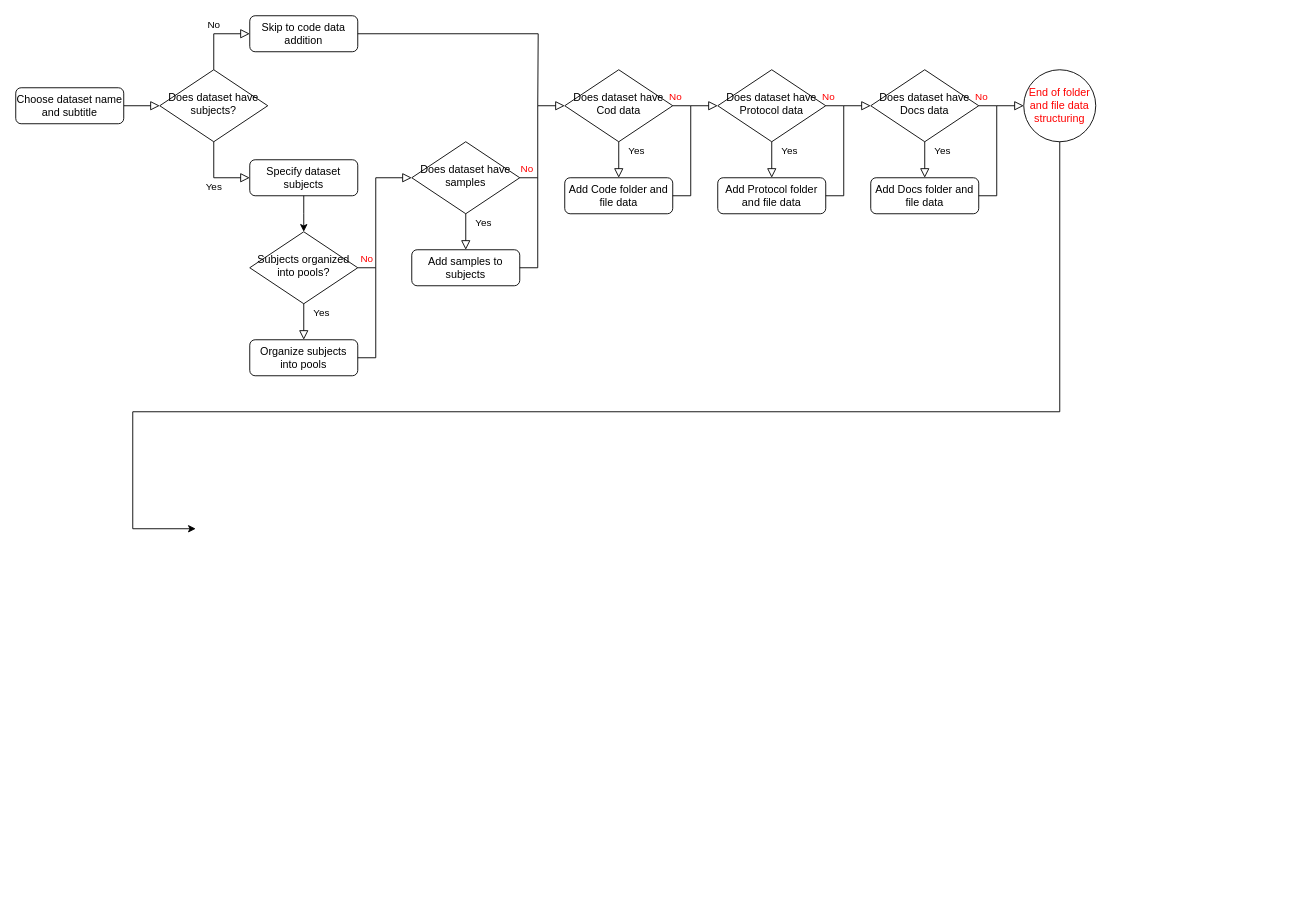
JacobiClark/Guided-Mode-Flow-Chart keeps this draw.io diagram as Untitled Diagram.drawio. Above is the earlier version. Source tidied: cells renumbered, new cells numbered last; positions are measured from the earlier drawing's top-left corner, leaving out a move shared by most shapes. Both pictures are drawn from the tidied source at 90%, with x=0, y=0 at pixel (15, 15).
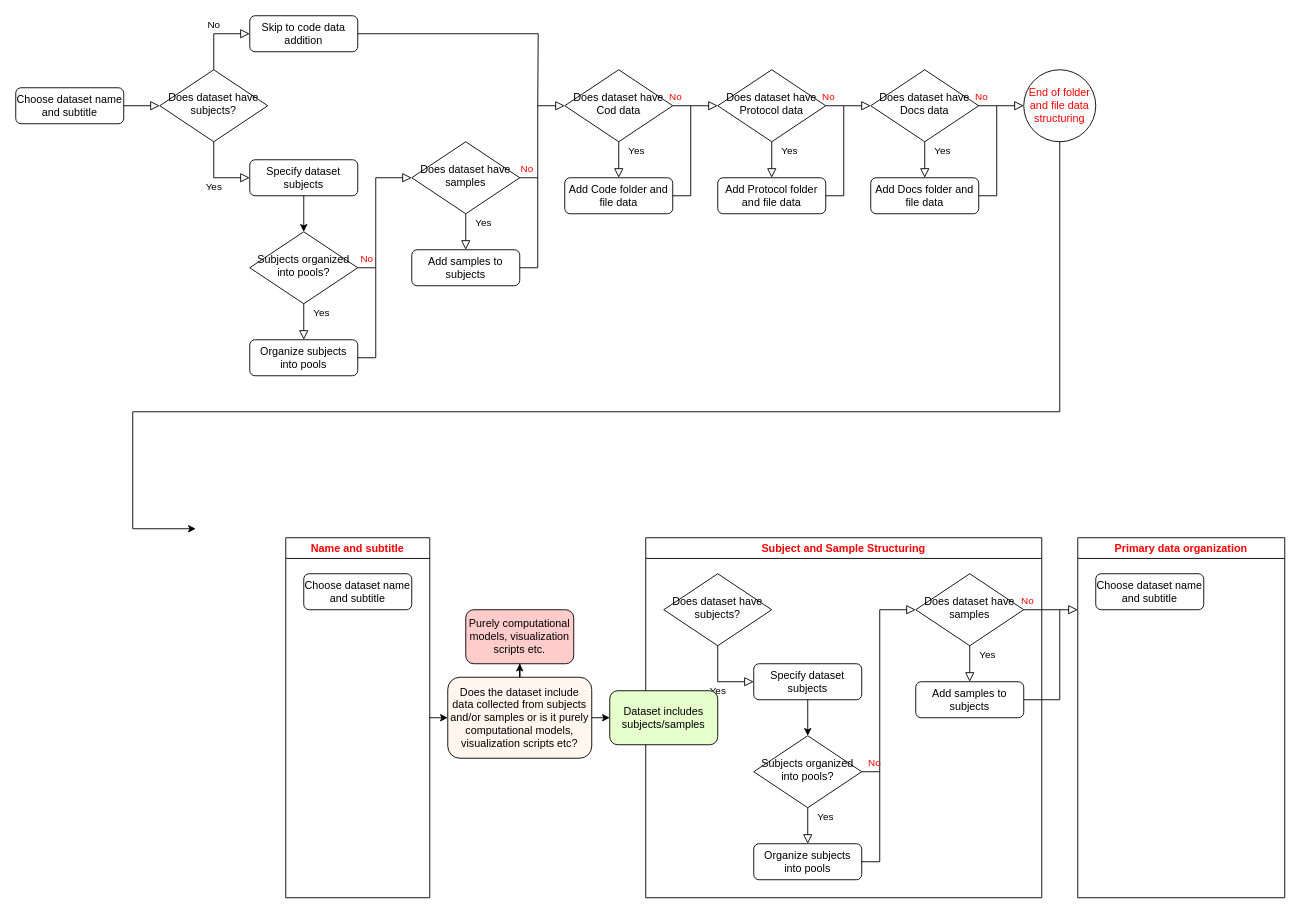
After the change.

Commit message:
broke out logic into pages

Diff of the diagram source:
```diff
@@
+    <mxCell id="38" style="edgeStyle=orthogonalEdgeStyle;rounded=0;jettySize=auto;html=1;exitX=1;exitY=0.5;exitDx=0;exitDy=0;entryX=0;entryY=0.5;entryDx=0;entryDy=0;fontColor=#000000;" parent="1" edge="1" source="39" target="60">
+      <mxGeometry relative="1" as="geometry" />
+    </mxCell>
+    <mxCell id="39" value="Name and subtitle" style="swimlane;whiteSpace=wrap;html=1;fontColor=#FF0000;" parent="1" vertex="1">
+      <mxGeometry x="300" y="580" width="160" height="400" as="geometry" />
+    </mxCell>
+    <mxCell id="40" value="Choose dataset name and subtitle" style="rounded=1;whiteSpace=wrap;html=1;fontSize=12;glass=0;strokeWidth=1;shadow=0;" parent="39" vertex="1">
+      <mxGeometry x="20" y="40" width="120" height="40" as="geometry" />
+    </mxCell>
+    <mxCell id="41" value="Subject and Sample Structuring" style="swimlane;whiteSpace=wrap;html=1;fontColor=#FF0000;" parent="1" vertex="1">
+      <mxGeometry x="700" y="580" width="440" height="400" as="geometry" />
+    </mxCell>
+    <mxCell id="42" value="Does dataset have subjects?" style="rhombus;whiteSpace=wrap;html=1;shadow=0;fontFamily=Helvetica;fontSize=12;align=center;strokeWidth=1;spacing=6;spacingTop=-4;" parent="41" vertex="1">
+      <mxGeometry x="20" y="40" width="120" height="80" as="geometry" />
+    </mxCell>
+    <mxCell id="43" value="Yes" style="edgeStyle=orthogonalEdgeStyle;rounded=0;html=1;jettySize=auto;fontSize=11;endArrow=block;endFill=0;endSize=8;strokeWidth=1;shadow=0;labelBackgroundColor=none;exitX=0.5;exitY=1;exitDx=0;exitDy=0;" parent="41" edge="1" target="45">
+      <mxGeometry y="-10" relative="1" as="geometry">
+        <mxPoint x="80" y="120" as="sourcePoint" />
+        <Array as="points">
+          <mxPoint x="80" y="160" />
+        </Array>
+      </mxGeometry>
+    </mxCell>
+    <mxCell id="44" value="Organize subjects into pools" style="rounded=1;whiteSpace=wrap;html=1;fontSize=12;glass=0;strokeWidth=1;shadow=0;" parent="41" vertex="1">
+      <mxGeometry x="120" y="340" width="120" height="40" as="geometry" />
+    </mxCell>
+    <mxCell id="45" value="Specify dataset subjects" style="rounded=1;whiteSpace=wrap;html=1;fontSize=12;glass=0;strokeWidth=1;shadow=0;" parent="41" vertex="1">
+      <mxGeometry x="120" y="140" width="120" height="40" as="geometry" />
+    </mxCell>
+    <mxCell id="46" value="Subjects organized into pools?" style="rhombus;whiteSpace=wrap;html=1;shadow=0;fontFamily=Helvetica;fontSize=12;align=center;strokeWidth=1;spacing=6;spacingTop=-4;" parent="41" vertex="1">
+      <mxGeometry x="120" y="220" width="120" height="80" as="geometry" />
+    </mxCell>
+    <mxCell id="47" style="endArrow=classic;html=1;rounded=0;exitX=0.5;exitY=1;exitDx=0;exitDy=0;entryX=0.5;entryY=0;entryDx=0;entryDy=0;edgeStyle=elbowEdgeStyle;" parent="41" edge="1" source="45" target="46">
+      <mxGeometry relative="1" as="geometry" />
+    </mxCell>
+    <mxCell id="48" value="Does dataset have samples" style="rhombus;whiteSpace=wrap;html=1;shadow=0;fontFamily=Helvetica;fontSize=12;align=center;strokeWidth=1;spacing=6;spacingTop=-4;" parent="41" vertex="1">
+      <mxGeometry x="300" y="40" width="120" height="80" as="geometry" />
+    </mxCell>
+    <mxCell id="49" style="endArrow=none;html=1;rounded=0;exitX=1;exitY=0.5;exitDx=0;exitDy=0;edgeStyle=orthogonalEdgeStyle;" parent="41" edge="1" source="44">
+      <mxGeometry relative="1" as="geometry">
+        <mxPoint x="260" y="260" as="targetPoint" />
+        <Array as="points">
+          <mxPoint x="260" y="360" />
+          <mxPoint x="260" y="260" />
+        </Array>
+      </mxGeometry>
+    </mxCell>
+    <mxCell id="50" value="Yes" style="rounded=0;html=1;jettySize=auto;fontSize=11;endArrow=block;endFill=0;endSize=8;strokeWidth=1;shadow=0;labelBackgroundColor=none;exitX=0.5;exitY=1;exitDx=0;exitDy=0;entryX=0.5;entryY=0;entryDx=0;entryDy=0;align=right;" parent="41" edge="1" source="46" target="44">
+      <mxGeometry x="-0.49" y="30" relative="1" as="geometry" />
+    </mxCell>
+    <mxCell id="51" value="No" style="edgeStyle=orthogonalEdgeStyle;rounded=0;html=1;jettySize=auto;fontSize=11;endArrow=block;endFill=0;endSize=8;strokeWidth=1;shadow=0;labelBackgroundColor=none;exitX=1;exitY=0.5;exitDx=0;exitDy=0;fontColor=#FF0000;" parent="41" edge="1" source="46">
+      <mxGeometry x="-0.88" y="10" relative="1" as="geometry">
+        <mxPoint x="300" y="80" as="targetPoint" />
+        <Array as="points">
+          <mxPoint x="260" y="260" />
+          <mxPoint x="260" y="80" />
+          <mxPoint x="300" y="80" />
+        </Array>
+      </mxGeometry>
+    </mxCell>
+    <mxCell id="52" value="Add samples to subjects" style="rounded=1;whiteSpace=wrap;html=1;fontSize=12;glass=0;strokeWidth=1;shadow=0;" parent="41" vertex="1">
+      <mxGeometry x="300" y="160" width="120" height="40" as="geometry" />
+    </mxCell>
+    <mxCell id="53" value="Yes" style="rounded=0;html=1;jettySize=auto;fontSize=11;endArrow=block;endFill=0;endSize=8;strokeWidth=1;shadow=0;labelBackgroundColor=none;exitX=0.5;exitY=1;exitDx=0;exitDy=0;entryX=0.5;entryY=0;entryDx=0;entryDy=0;align=right;" parent="41" edge="1" target="52">
+      <mxGeometry x="-0.49" y="30" relative="1" as="geometry">
+        <mxPoint x="360" y="120" as="sourcePoint" />
+      </mxGeometry>
+    </mxCell>
+    <mxCell id="54" style="endArrow=none;html=1;rounded=0;exitX=1;exitY=0.5;exitDx=0;exitDy=0;edgeStyle=orthogonalEdgeStyle;" parent="41" edge="1">
+      <mxGeometry relative="1" as="geometry">
+        <mxPoint x="420" y="180" as="sourcePoint" />
+        <mxPoint x="460" y="80" as="targetPoint" />
+        <Array as="points">
+          <mxPoint x="460" y="180" />
+          <mxPoint x="460" y="80" />
+        </Array>
+      </mxGeometry>
+    </mxCell>
+    <mxCell id="55" value="No" style="edgeStyle=orthogonalEdgeStyle;rounded=0;html=1;jettySize=auto;orthogonalLoop=1;fontSize=11;endArrow=block;endFill=0;endSize=8;strokeWidth=1;shadow=0;labelBackgroundColor=none;exitX=1;exitY=0.5;exitDx=0;exitDy=0;fontColor=#FF0000;" parent="1" edge="1">
+      <mxGeometry x="-0.88" y="10" relative="1" as="geometry">
+        <mxPoint x="1120" y="660" as="sourcePoint" />
+        <mxPoint x="1180" y="660" as="targetPoint" />
+        <Array as="points">
+          <mxPoint x="1170" y="660" />
+        </Array>
+      </mxGeometry>
+    </mxCell>
+    <mxCell id="56" value="Primary data organization" style="swimlane;whiteSpace=wrap;html=1;fontColor=#FF0000;" parent="1" vertex="1">
+      <mxGeometry x="1180" y="580" width="230" height="400" as="geometry" />
+    </mxCell>
+    <mxCell id="57" value="Choose dataset name and subtitle" style="rounded=1;whiteSpace=wrap;html=1;fontSize=12;glass=0;strokeWidth=1;shadow=0;" parent="56" vertex="1">
+      <mxGeometry x="20" y="40" width="120" height="40" as="geometry" />
+    </mxCell>
+    <mxCell id="58" style="edgeStyle=orthogonalEdgeStyle;rounded=0;jettySize=auto;html=1;exitX=0.5;exitY=0;exitDx=0;exitDy=0;fontColor=#000000;" parent="1" edge="1" source="60" target="61">
+      <mxGeometry relative="1" as="geometry" />
+    </mxCell>
+    <mxCell id="59" style="edgeStyle=orthogonalEdgeStyle;rounded=0;jettySize=auto;html=1;exitX=1;exitY=0.5;exitDx=0;exitDy=0;entryX=0;entryY=0.5;entryDx=0;entryDy=0;fontColor=#000000;" parent="1" edge="1" source="60" target="62">
+      <mxGeometry relative="1" as="geometry" />
+    </mxCell>
+    <mxCell id="60" value="&lt;font color=&quot;#000000&quot;&gt;Does the dataset include data collected from subjects and/or samples or is it purely computational models, visualization scripts etc?&lt;/font&gt;" style="rounded=1;whiteSpace=wrap;html=1;fontColor=#FF0000;gradientColor=none;fillColor=#FFF6ED;" parent="1" vertex="1">
+      <mxGeometry x="480" y="735" width="160" height="90" as="geometry" />
+    </mxCell>
+    <mxCell id="61" value="Purely computational models, visualization scripts etc." style="rounded=1;whiteSpace=wrap;html=1;fontColor=#000000;fillColor=#FFCCCC;gradientColor=none;" parent="1" vertex="1">
+      <mxGeometry x="500" y="660" width="120" height="60" as="geometry" />
+    </mxCell>
+    <mxCell id="62" value="Dataset includes subjects/samples" style="rounded=1;whiteSpace=wrap;html=1;fontColor=#000000;fillColor=#E6FFCC;gradientColor=none;" parent="1" vertex="1">
+      <mxGeometry x="660" y="750" width="120" height="60" as="geometry" />
+    </mxCell>
```
